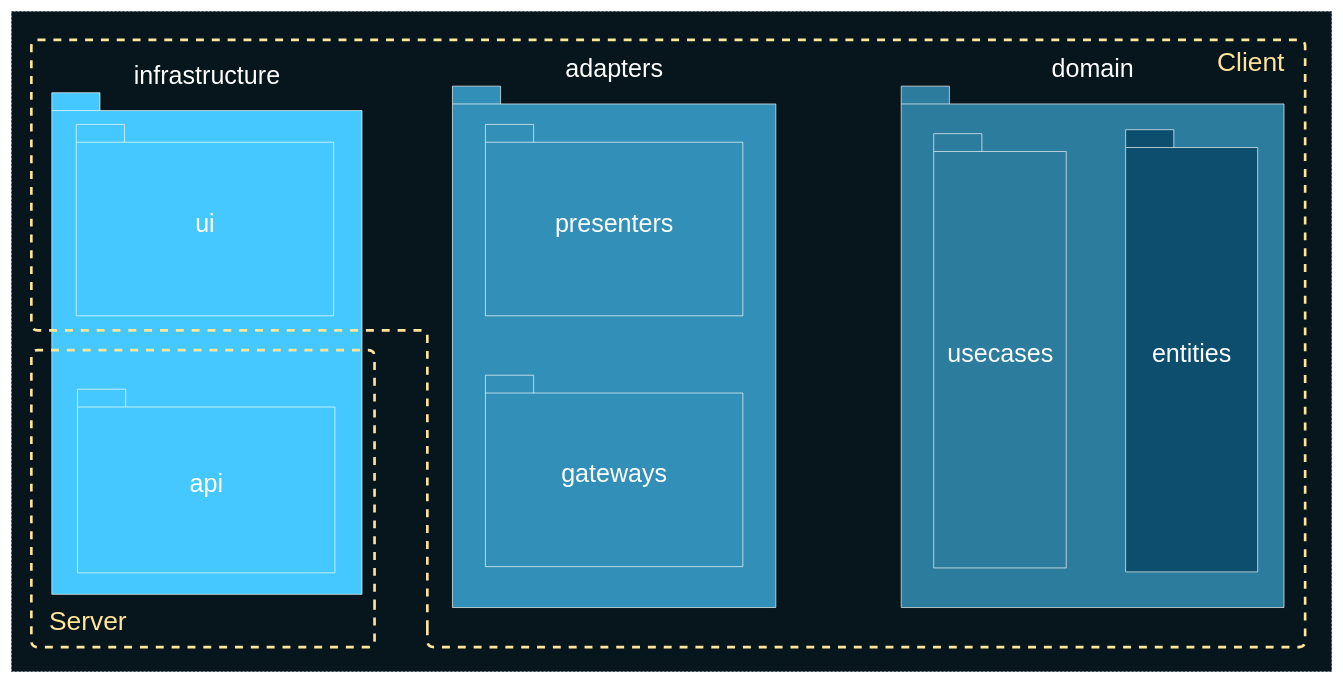
AlexanderLapygin/ca-react-rest-api-starter keeps this draw.io diagram as deck/ru/diagrams/packages.drawio. Above is the earlier version. Source tidied: cells renumbered, new cells numbered last; positions are measured from the earlier drawing's top-left corner, leaving out a move shared by most shapes. Both pictures are drawn from the tidied source at 66%, with x=0, y=0 at pixel (11, 11).
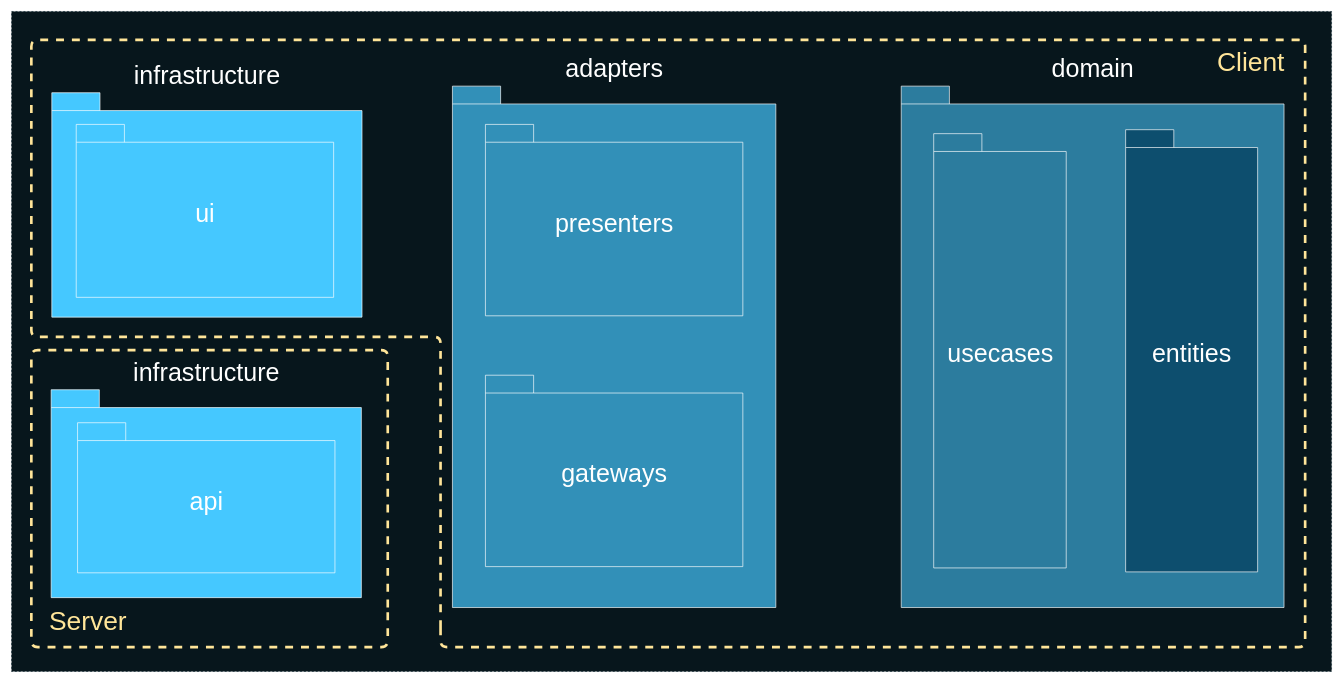
After the change.

The change refers to these unchanged cells:
```xml
<mxCell id="14" style="group;" parent="13" vertex="1">
  <mxGeometry x="10" width="1924" height="890" as="geometry" />
</mxCell>
<mxCell id="17" style="group;" parent="1" vertex="1">
  <mxGeometry x="60" y="513" width="484" height="390" as="geometry" />
</mxCell>
<mxCell id="19" style="group;" parent="17" vertex="1">
  <mxGeometry width="484" height="390" as="geometry" />
</mxCell>
```

What changed in the source:
```diff
@@
+    <mxCell id="22" value="&lt;font color=&quot;#ffffff&quot; style=&quot;font-size: 38px&quot;&gt;infrastructure&lt;/font&gt;" style="shape=folder;fontStyle=0;spacingTop=10;tabWidth=73;tabHeight=27;tabPosition=left;html=1;strokeColor=#FFFFFF;fillColor=#45C8FF;labelPosition=center;verticalLabelPosition=top;align=center;verticalAlign=bottom;" parent="1" vertex="1">
+      <mxGeometry x="60" y="573" width="470" height="315" as="geometry" />
+    </mxCell>
     <mxCell id="3" value="&lt;font color=&quot;#ffffff&quot; style=&quot;font-size: 38px&quot;&gt;infrastructure&lt;/font&gt;" style="shape=folder;fontStyle=0;spacingTop=10;tabWidth=73;tabHeight=27;tabPosition=left;html=1;strokeColor=#FFFFFF;fillColor=#45C8FF;labelPosition=center;verticalLabelPosition=top;align=center;verticalAlign=bottom;" parent="1" vertex="1">
-      <mxGeometry x="61" y="123" width="470" height="760" as="geometry" />
+      <mxGeometry x="61" y="123" width="470" height="340" as="geometry" />
     </mxCell>
     <mxCell id="4" value="&lt;font color=&quot;#ffffff&quot; style=&quot;font-size: 38px&quot;&gt;ui&lt;/font&gt;" style="shape=folder;fontStyle=0;spacingTop=10;tabWidth=73;tabHeight=27;tabPosition=left;html=1;strokeColor=#FFFFFF;fillColor=#45C8FF;" parent="1" vertex="1">
-      <mxGeometry x="98" y="171" width="390" height="290" as="geometry" />
+      <mxGeometry x="98" y="171" width="390" height="262" as="geometry" />
     </mxCell>
@@
     <mxCell id="16" style="edgeStyle=segmentEdgeStyle;endArrow=none;html=1;strokeColor=#FFE599;strokeWidth=4;endFill=0;dashed=1;" parent="14" edge="1">
       <mxGeometry relative="1" as="geometry">
-        <mxPoint x="570" y="890" as="sourcePoint" />
-        <mxPoint x="570" y="890" as="targetPoint" />
+        <mxPoint x="590" y="890" as="sourcePoint" />
+        <mxPoint x="590" y="890" as="targetPoint" />
         <Array as="points">
-          <mxPoint x="570" y="890" />
-          <mxPoint x="570" y="920" />
+          <mxPoint x="590" y="890" />
+          <mxPoint x="590" y="920" />
           <mxPoint x="1900" y="920" />
           <mxPoint x="1900" />
           <mxPoint x="-30" />
-          <mxPoint x="-30" y="440" />
-          <mxPoint x="570" y="440" />
-          <mxPoint x="570" y="890" />
+          <mxPoint x="-30" y="450" />
+          <mxPoint x="590" y="450" />
+          <mxPoint x="590" y="890" />
         </Array>
       </mxGeometry>
     </mxCell>
@@
     <mxCell id="18" value="&lt;font color=&quot;#ffffff&quot; style=&quot;font-size: 38px;&quot;&gt;api&lt;/font&gt;" style="shape=folder;fontStyle=0;spacingTop=10;tabWidth=73;tabHeight=27;tabPosition=left;html=1;strokeColor=#FFFFFF;fillColor=#45C8FF;" parent="17" vertex="1">
-      <mxGeometry x="40" y="59.2" width="390" height="278.2" as="geometry" />
+      <mxGeometry x="40" y="110" width="390" height="227.4" as="geometry" />
     </mxCell>
@@
     <mxCell id="20" style="edgeStyle=segmentEdgeStyle;endArrow=none;html=1;strokeColor=#FFE599;strokeWidth=4;endFill=0;dashed=1;" parent="19" edge="1">
       <mxGeometry relative="1" as="geometry">
-        <mxPoint x="490" y="390" as="sourcePoint" />
-        <mxPoint x="490" y="390" as="targetPoint" />
+        <mxPoint x="510" y="390" as="sourcePoint" />
+        <mxPoint x="510" y="390" as="targetPoint" />
         <Array as="points">
-          <mxPoint x="490" y="390" />
-          <mxPoint x="490" />
+          <mxPoint x="510" y="390" />
+          <mxPoint x="510" />
           <mxPoint x="-30" />
           <mxPoint x="-30" y="450" />
-          <mxPoint x="490" y="450" />
-          <mxPoint x="490" y="390" />
+          <mxPoint x="510" y="450" />
+          <mxPoint x="510" y="390" />
         </Array>
       </mxGeometry>
     </mxCell>
```
